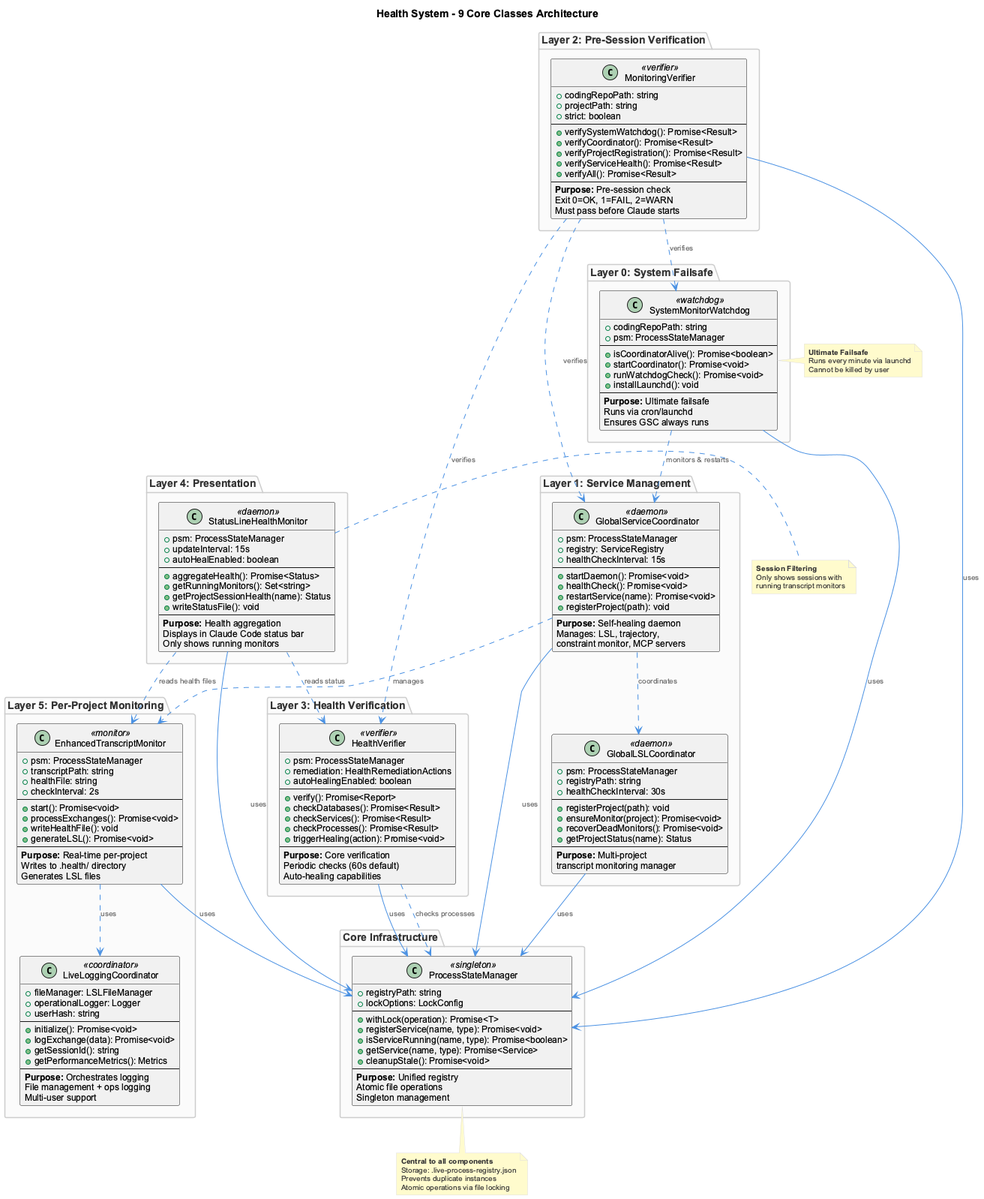
fwornle/coding keeps this PlantUML diagram as docs/images/health-system-classes.png. Above is the earlier version.
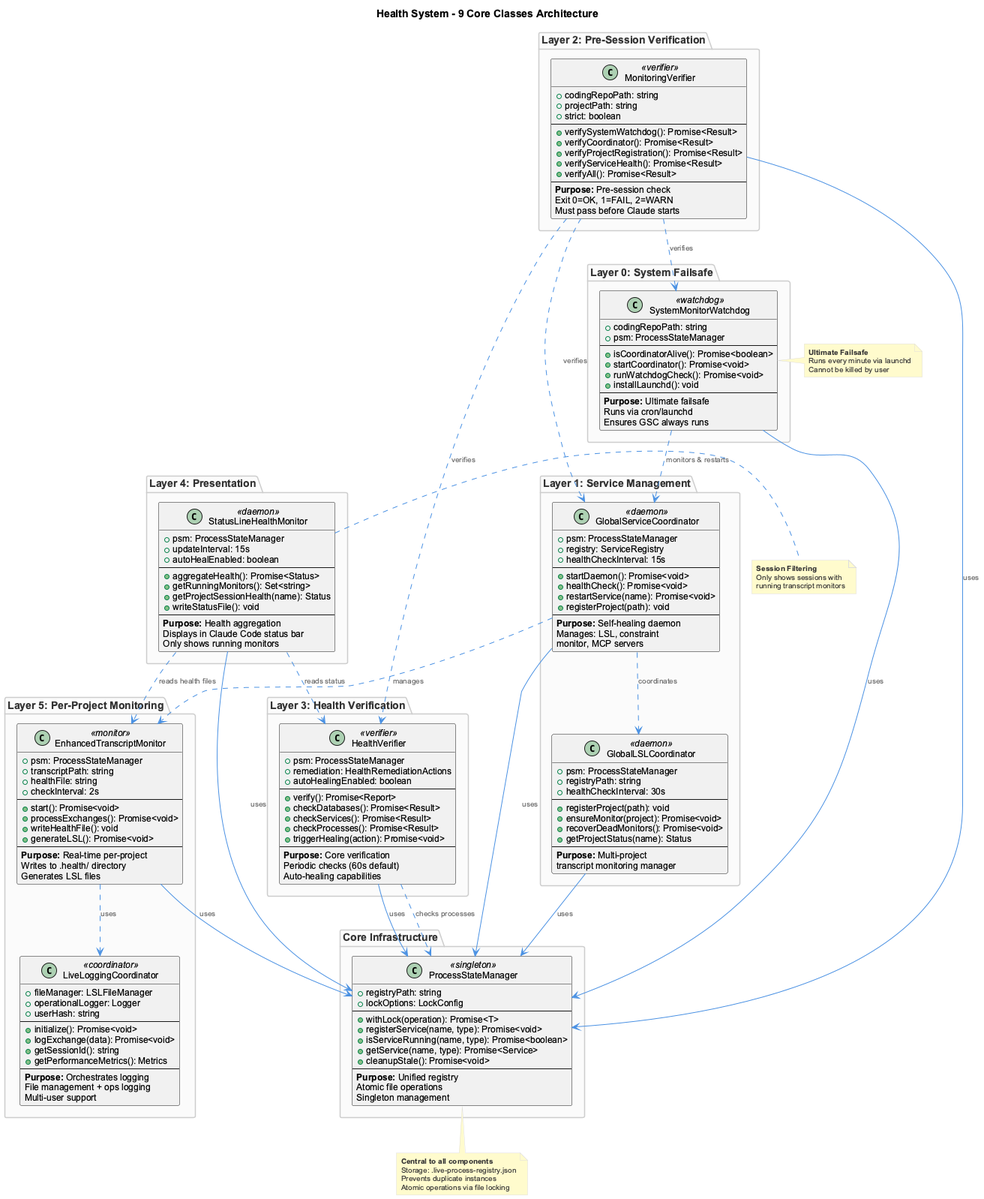
Later version of the same file.

Diff of the diagram source:
```diff
@@ -33,8 +33,8 @@
     +registerProject(path): void
     --
     **Purpose:** Self-healing daemon
-    Manages: LSL, trajectory,
-    constraint monitor, MCP servers
+    Manages: LSL, constraint
+    monitor, MCP servers
   }
 
   class GlobalLSLCoordinator <<daemon>> {
```
